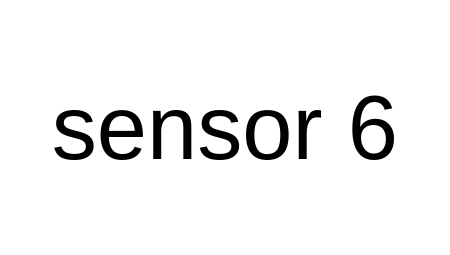
The draw.io diagram sensor1.drawio in YuyanWu-wyy/figs, before the edit. Source tidied: cells renumbered, new cells numbered last; positions are measured from the earlier drawing's top-left corner, leaving out a move shared by most shapes. Both pictures are drawn from the tidied source at 177%, with x=0, y=0 at pixel (30, 30).
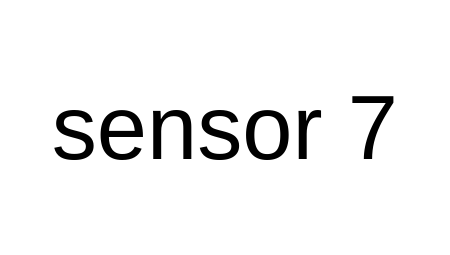
The same page after the edit.

What changed in the source:
```diff
@@
 <mxGraphModel>
   <root>
     <mxCell id="0" />
     <mxCell id="1" parent="0" />
-    <mxCell id="2" value="&lt;font style=&quot;font-size: 51px&quot;&gt;sensor 6&lt;/font&gt;" style="text;html=1;strokeColor=none;fillColor=none;align=center;verticalAlign=middle;whiteSpace=wrap;rounded=0;" parent="1" vertex="1">
+    <mxCell id="2" value="&lt;font style=&quot;font-size: 51px&quot;&gt;sensor 7&lt;/font&gt;" style="text;html=1;strokeColor=none;fillColor=none;align=center;verticalAlign=middle;whiteSpace=wrap;rounded=0;" parent="1" vertex="1">
       <mxGeometry width="220" height="110" as="geometry" />
     </mxCell>
   </root>
 </mxGraphModel>
```
